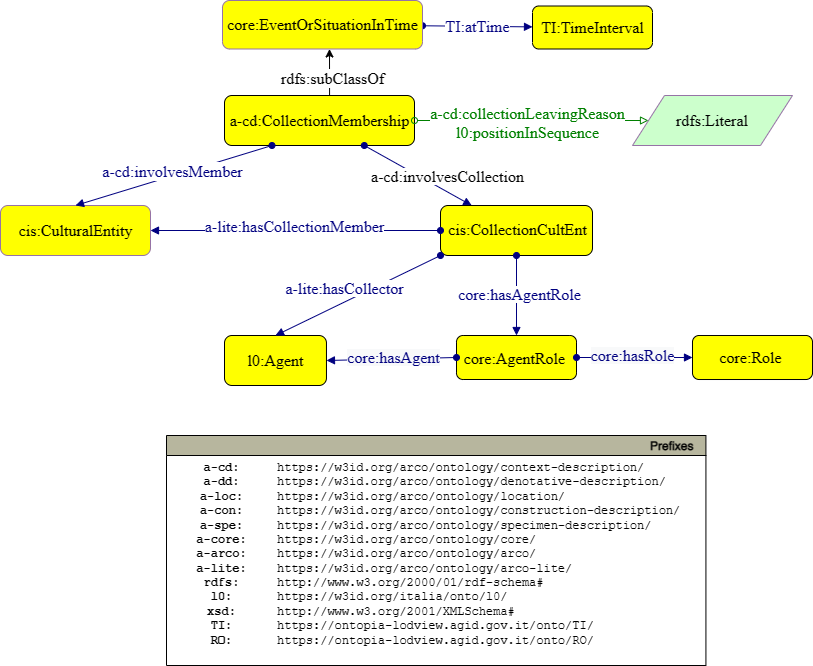
ICCD-MiBACT/ArCo keeps this draw.io diagram as ArCo-release/test/2.0/CollectionMembership/CollectionMembership-Pattern.drawio.png. Above is the earlier version. Source tidied: cells renumbered, new cells last; positions are measured from the earlier drawing's top-left corner, leaving out a move shared by most shapes.
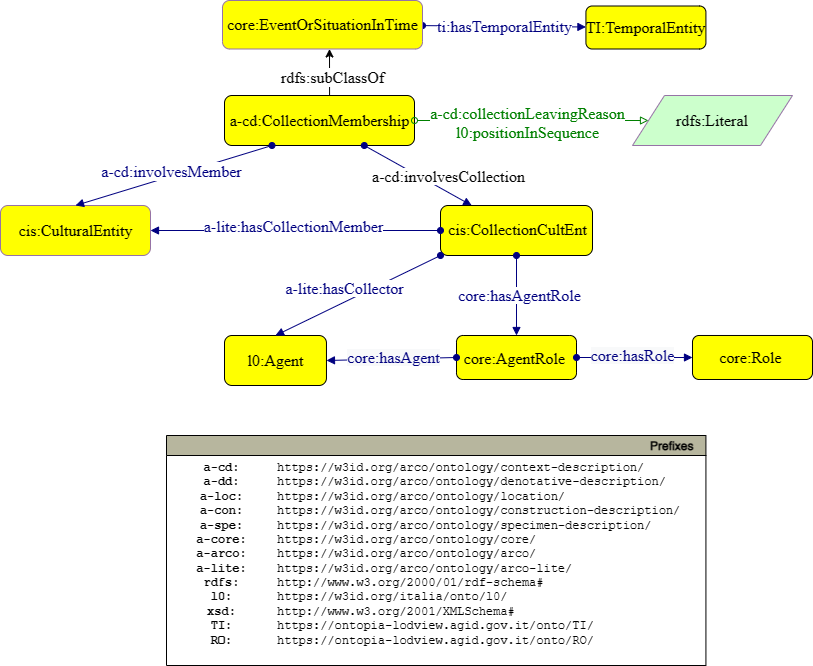
Later version of the same file.

Diff of the diagram source:
```diff
@@ -66,13 +66,13 @@
     <mxCell id="19" style="graphMlID=e5;rounded=0;endArrow=block;strokeColor=#000080;strokeWidth=1.0;startArrow=oval;startFill=1;endFill=1;" parent="1" edge="1" source="22" target="21">
       <mxGeometry relative="1" as="geometry" />
     </mxCell>
-    <mxCell id="20" value="&lt;span style=&quot;background-color: rgb(255 , 255 , 255)&quot;&gt;TI:atTime&lt;/span&gt;" style="text;html=1;spacing=0;align=center;fontFamily=dialog;fontSize=16;fontStyle=0;fontColor=#000080;" parent="19" vertex="1">
+    <mxCell id="20" value="&lt;span style=&quot;background-color: rgb(255 , 255 , 255)&quot;&gt;ti:hasTemporalEntity&lt;/span&gt;" style="text;html=1;spacing=0;align=center;fontFamily=dialog;fontSize=16;fontStyle=0;fontColor=#000080;" parent="19" vertex="1">
       <mxGeometry width="80" height="22.84" relative="1" as="geometry">
         <mxPoint x="-39.9" y="-14" as="offset" />
       </mxGeometry>
     </mxCell>
-    <mxCell id="21" value="&lt;font face=&quot;dialog&quot; style=&quot;font-size: 16px&quot;&gt;TI:TimeInterval&lt;br&gt;&lt;/font&gt;" style="graphMlID=n4;shape=rect;rounded=1;arcsize=30;fillColor=#FFFF00;strokeColor=#000000;strokeWidth=1.0;fontFamily=Helvetica;fontSize=12;fontColor=#000000;align=center;html=1;" parent="1" vertex="1">
-      <mxGeometry x="532" y="5.5" width="120" height="43" as="geometry" />
+    <mxCell id="21" value="&lt;font face=&quot;dialog&quot; style=&quot;font-size: 16px&quot;&gt;TI:TemporalEntity&lt;br&gt;&lt;/font&gt;" style="graphMlID=n4;shape=rect;rounded=1;arcsize=30;fillColor=#FFFF00;strokeColor=#000000;strokeWidth=1.0;fontFamily=Helvetica;fontSize=12;fontColor=#000000;align=center;html=1;" parent="1" vertex="1">
+      <mxGeometry x="585.4" y="5.5" width="120" height="43" as="geometry" />
     </mxCell>
     <mxCell id="22" value="&lt;font face=&quot;dialog&quot;&gt;core:EventOrSituationInTime&lt;/font&gt;" style="graphMlID=n4;shape=rect;rounded=1;arcsize=30;fillColor=#FFFF00;strokeColor=#9673a6;strokeWidth=1.0;fontFamily=Helvetica;fontSize=16;fontColor=#000000;align=center;html=1;" parent="1" vertex="1">
       <mxGeometry x="222" width="200" height="48.5" as="geometry" />
```
